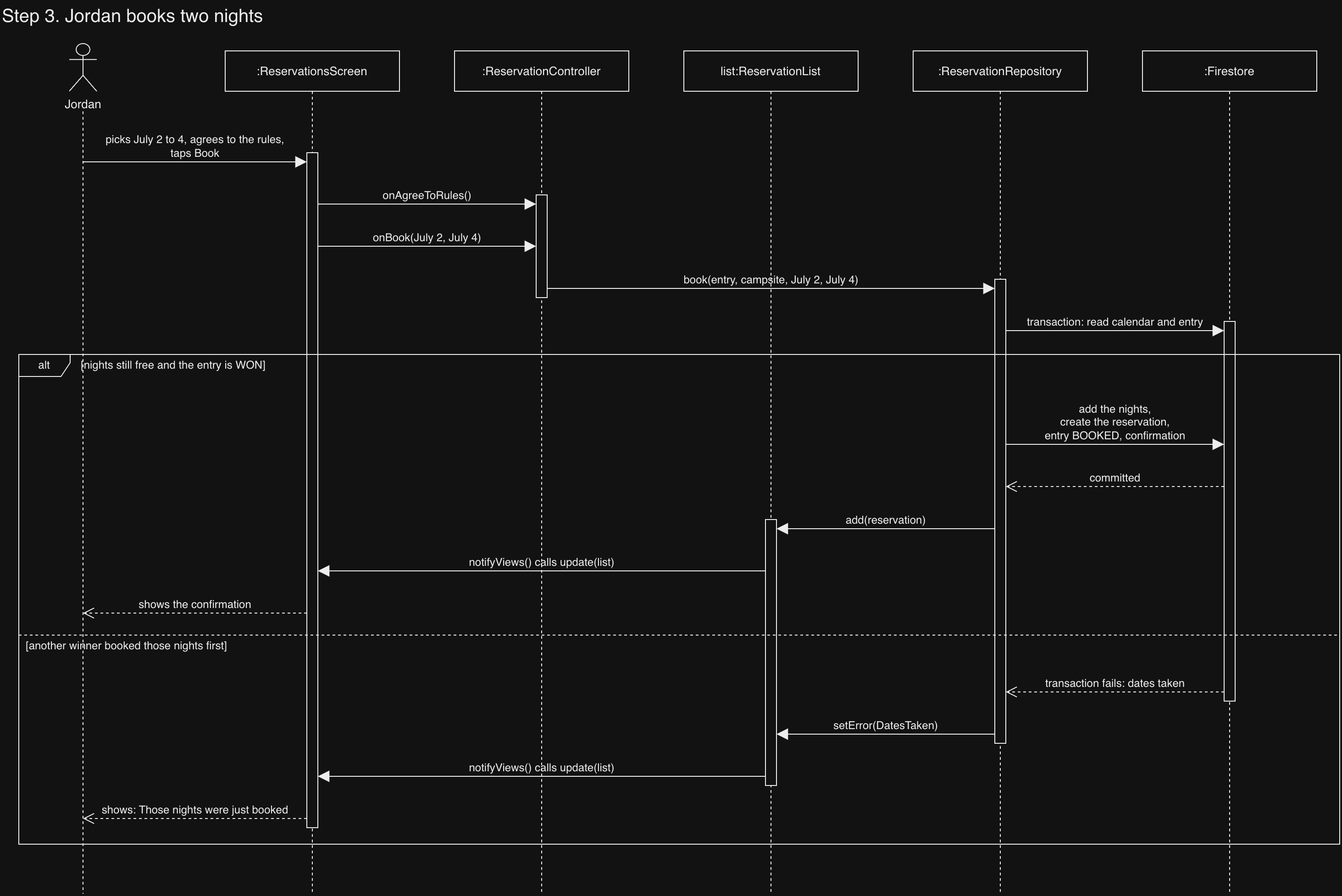
Before: docs/images/book-nights.png, a diagram exported from draw.io (CMPUT301F26lambda-CCC/lambda-campsites). Source tidied: cells renumbered, new cells last; positions are measured from the earlier drawing's top-left corner, leaving out a move shared by most shapes.
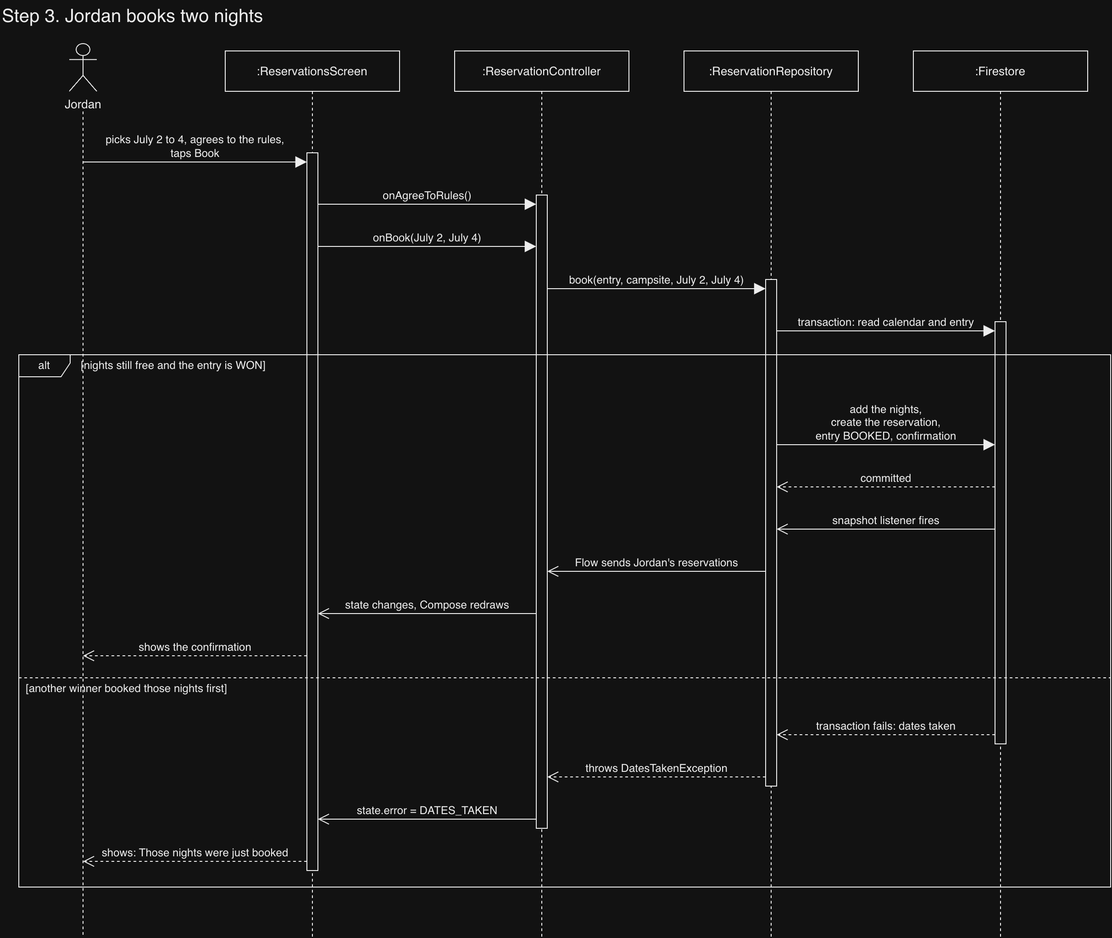
Later version of the same file.

What changed in the source:
```diff
@@ -11,7 +11,7 @@
     <mxCell id="4" style="html=1;rounded=0;strokeColor=#000000;fontColor=#000000;fontSize=12;endSize=10;startSize=10;labelBackgroundColor=#FFFFFF;endArrow=none;dashed=1;labelBackgroundColor=none;" parent="1" edge="1">
       <mxGeometry relative="1" as="geometry">
         <mxPoint x="90" y="121" as="sourcePoint" />
-        <mxPoint x="90" y="974" as="targetPoint" />
+        <mxPoint x="90" y="1020" as="targetPoint" />
       </mxGeometry>
     </mxCell>
     <mxCell id="5" value=":ReservationsScreen" style="rounded=0;whiteSpace=wrap;html=1;fillColor=#FFFFFF;strokeColor=#000000;fontColor=#000000;fontSize=13;fontSize=13;" parent="1" vertex="1">
@@ -20,7 +20,7 @@
     <mxCell id="6" style="html=1;rounded=0;strokeColor=#000000;fontColor=#000000;fontSize=12;endSize=10;startSize=10;labelBackgroundColor=#FFFFFF;endArrow=none;dashed=1;labelBackgroundColor=none;" parent="1" edge="1">
       <mxGeometry relative="1" as="geometry">
         <mxPoint x="340" y="99" as="sourcePoint" />
-        <mxPoint x="340" y="974" as="targetPoint" />
+        <mxPoint x="340" y="1020" as="targetPoint" />
       </mxGeometry>
     </mxCell>
     <mxCell id="7" value=":ReservationController" style="rounded=0;whiteSpace=wrap;html=1;fillColor=#FFFFFF;strokeColor=#000000;fontColor=#000000;fontSize=13;fontSize=13;" parent="1" vertex="1">
@@ -29,149 +29,143 @@
     <mxCell id="8" style="html=1;rounded=0;strokeColor=#000000;fontColor=#000000;fontSize=12;endSize=10;startSize=10;labelBackgroundColor=#FFFFFF;endArrow=none;dashed=1;labelBackgroundColor=none;" parent="1" edge="1">
       <mxGeometry relative="1" as="geometry">
         <mxPoint x="590" y="99" as="sourcePoint" />
-        <mxPoint x="590" y="974" as="targetPoint" />
+        <mxPoint x="590" y="1020" as="targetPoint" />
       </mxGeometry>
     </mxCell>
-    <mxCell id="9" value="list:ReservationList" style="rounded=0;whiteSpace=wrap;html=1;fillColor=#FFFFFF;strokeColor=#000000;fontColor=#000000;fontSize=13;fontSize=13;" parent="1" vertex="1">
+    <mxCell id="9" value=":ReservationRepository" style="rounded=0;whiteSpace=wrap;html=1;fillColor=#FFFFFF;strokeColor=#000000;fontColor=#000000;fontSize=13;fontSize=13;" parent="1" vertex="1">
       <mxGeometry x="745" y="55" width="190" height="44" as="geometry" />
     </mxCell>
     <mxCell id="10" style="html=1;rounded=0;strokeColor=#000000;fontColor=#000000;fontSize=12;endSize=10;startSize=10;labelBackgroundColor=#FFFFFF;endArrow=none;dashed=1;labelBackgroundColor=none;" parent="1" edge="1">
       <mxGeometry relative="1" as="geometry">
         <mxPoint x="840" y="99" as="sourcePoint" />
-        <mxPoint x="840" y="974" as="targetPoint" />
+        <mxPoint x="840" y="1020" as="targetPoint" />
       </mxGeometry>
     </mxCell>
-    <mxCell id="11" value=":ReservationRepository" style="rounded=0;whiteSpace=wrap;html=1;fillColor=#FFFFFF;strokeColor=#000000;fontColor=#000000;fontSize=13;fontSize=13;" parent="1" vertex="1">
+    <mxCell id="11" value=":Firestore" style="rounded=0;whiteSpace=wrap;html=1;fillColor=#FFFFFF;strokeColor=#000000;fontColor=#000000;fontSize=13;fontSize=13;" parent="1" vertex="1">
       <mxGeometry x="995" y="55" width="190" height="44" as="geometry" />
     </mxCell>
     <mxCell id="12" style="html=1;rounded=0;strokeColor=#000000;fontColor=#000000;fontSize=12;endSize=10;startSize=10;labelBackgroundColor=#FFFFFF;endArrow=none;dashed=1;labelBackgroundColor=none;" parent="1" edge="1">
       <mxGeometry relative="1" as="geometry">
         <mxPoint x="1090" y="99" as="sourcePoint" />
-        <mxPoint x="1090" y="974" as="targetPoint" />
+        <mxPoint x="1090" y="1020" as="targetPoint" />
       </mxGeometry>
     </mxCell>
-    <mxCell id="13" value=":Firestore" style="rounded=0;whiteSpace=wrap;html=1;fillColor=#FFFFFF;strokeColor=#000000;fontColor=#000000;fontSize=13;fontSize=13;" parent="1" vertex="1">
-      <mxGeometry x="1245" y="55" width="190" height="44" as="geometry" />
+    <mxCell id="13" style="rounded=0;whiteSpace=wrap;html=1;fillColor=#FFFFFF;strokeColor=#000000;fontColor=#000000;fontSize=13;" parent="1" vertex="1">
+      <mxGeometry x="334" y="166" width="12" height="782" as="geometry" />
     </mxCell>
-    <mxCell id="14" style="html=1;rounded=0;strokeColor=#000000;fontColor=#000000;fontSize=12;endSize=10;startSize=10;labelBackgroundColor=#FFFFFF;endArrow=none;dashed=1;labelBackgroundColor=none;" parent="1" edge="1">
-      <mxGeometry relative="1" as="geometry">
-        <mxPoint x="1340" y="99" as="sourcePoint" />
-        <mxPoint x="1340" y="974" as="targetPoint" />
-      </mxGeometry>
-    </mxCell>
+    <mxCell id="38" style="rounded=0;whiteSpace=wrap;html=1;fillColor=#FFFFFF;strokeColor=#000000;fontColor=#000000;fontSize=13;" parent="1" vertex="1">
+      <mxGeometry x="584" y="212" width="12" height="690" as="geometry" />
+    </mxCell>
     <mxCell id="15" style="rounded=0;whiteSpace=wrap;html=1;fillColor=#FFFFFF;strokeColor=#000000;fontColor=#000000;fontSize=13;" parent="1" vertex="1">
-      <mxGeometry x="334" y="166" width="12" height="736" as="geometry" />
+      <mxGeometry x="834" y="304" width="12" height="552" as="geometry" />
     </mxCell>
     <mxCell id="16" style="rounded=0;whiteSpace=wrap;html=1;fillColor=#FFFFFF;strokeColor=#000000;fontColor=#000000;fontSize=13;" parent="1" vertex="1">
-      <mxGeometry x="584" y="212" width="12" height="112" as="geometry" />
+      <mxGeometry x="1084" y="350" width="12" height="460" as="geometry" />
     </mxCell>
-    <mxCell id="17" style="rounded=0;whiteSpace=wrap;html=1;fillColor=#FFFFFF;strokeColor=#000000;fontColor=#000000;fontSize=13;" parent="1" vertex="1">
-      <mxGeometry x="1084" y="304" width="12" height="506" as="geometry" />
-    </mxCell>
-    <mxCell id="18" style="rounded=0;whiteSpace=wrap;html=1;fillColor=#FFFFFF;strokeColor=#000000;fontColor=#000000;fontSize=13;" parent="1" vertex="1">
-      <mxGeometry x="1334" y="350" width="12" height="414" as="geometry" />
-    </mxCell>
-    <mxCell id="19" style="rounded=0;whiteSpace=wrap;html=1;fillColor=#FFFFFF;strokeColor=#000000;fontColor=#000000;fontSize=13;" parent="1" vertex="1">
-      <mxGeometry x="834" y="566" width="12" height="290" as="geometry" />
-    </mxCell>
     <mxCell id="20" value="[nights still free and the entry is WON]" style="text;html=1;whiteSpace=wrap;fontColor=#000000;fontSize=12;align=left;verticalAlign=middle;fontSize=12;" parent="1" vertex="1">
       <mxGeometry x="86" y="388" width="420" height="20" as="geometry" />
     </mxCell>
-    <mxCell id="21" style="html=1;rounded=0;strokeColor=#000000;fontColor=#000000;fontSize=12;endSize=10;startSize=10;labelBackgroundColor=#FFFFFF;endArrow=none;dashed=1;labelBackgroundColor=none;" parent="1" edge="1">
-      <mxGeometry relative="1" as="geometry">
-        <mxPoint x="20" y="692" as="sourcePoint" />
-        <mxPoint x="1460" y="692" as="targetPoint" />
-      </mxGeometry>
-    </mxCell>
+    <mxCell id="39" style="html=1;rounded=0;strokeColor=#000000;fontColor=#000000;fontSize=12;endSize=10;startSize=10;labelBackgroundColor=#FFFFFF;endArrow=none;dashed=1;labelBackgroundColor=none;" parent="1" edge="1">
+      <mxGeometry relative="1" as="geometry">
+        <mxPoint x="20" y="738" as="sourcePoint" />
+        <mxPoint x="1210" y="738" as="targetPoint" />
+      </mxGeometry>
+    </mxCell>
     <mxCell id="22" value="[another winner booked those nights first]" style="text;html=1;whiteSpace=wrap;fontColor=#000000;fontSize=12;align=left;verticalAlign=middle;fontSize=12;" parent="1" vertex="1">
-      <mxGeometry x="26" y="694" width="420" height="20" as="geometry" />
+      <mxGeometry x="26" y="740" width="420" height="20" as="geometry" />
     </mxCell>
     <mxCell id="23" value="alt" style="shape=umlFrame;whiteSpace=wrap;html=1;width=56;height=24;fillColor=none;strokeColor=#000000;fontColor=#000000;fontSize=12;" parent="1" vertex="1">
-      <mxGeometry x="20" y="386" width="1440" height="534" as="geometry" />
+      <mxGeometry x="20" y="386" width="1190" height="580" as="geometry" />
     </mxCell>
+    <mxCell id="21" value="picks July 2 to 4, agrees to the rules,&lt;br&gt;taps Book" style="html=1;rounded=0;strokeColor=#000000;fontColor=#000000;fontSize=12;endSize=10;startSize=10;labelBackgroundColor=#FFFFFF;endArrow=block;endFill=1;verticalAlign=bottom;labelBackgroundColor=none;" parent="1" edge="1">
+      <mxGeometry relative="1" as="geometry">
+        <mxPoint x="90" y="176" as="sourcePoint" />
+        <mxPoint x="334" y="176" as="targetPoint" />
+      </mxGeometry>
+    </mxCell>
+    <mxCell id="40" value="onAgreeToRules()" style="html=1;rounded=0;strokeColor=#000000;fontColor=#000000;fontSize=12;endSize=10;startSize=10;labelBackgroundColor=#FFFFFF;endArrow=block;endFill=1;verticalAlign=bottom;labelBackgroundColor=none;" parent="1" edge="1">
+      <mxGeometry relative="1" as="geometry">
+        <mxPoint x="346" y="222" as="sourcePoint" />
+        <mxPoint x="584" y="222" as="targetPoint" />
+      </mxGeometry>
+    </mxCell>
+    <mxCell id="41" value="onBook(July 2, July 4)" style="html=1;rounded=0;strokeColor=#000000;fontColor=#000000;fontSize=12;endSize=10;startSize=10;labelBackgroundColor=#FFFFFF;endArrow=block;endFill=1;verticalAlign=bottom;labelBackgroundColor=none;" parent="1" edge="1">
+      <mxGeometry relative="1" as="geometry">
+        <mxPoint x="346" y="268" as="sourcePoint" />
+        <mxPoint x="584" y="268" as="targetPoint" />
+      </mxGeometry>
+    </mxCell>
-    <mxCell id="24" value="picks July 2 to 4, agrees to the rules,&lt;br&gt;taps Book" style="html=1;rounded=0;strokeColor=#000000;fontColor=#000000;fontSize=12;endSize=10;startSize=10;labelBackgroundColor=#FFFFFF;endArrow=block;endFill=1;verticalAlign=bottom;labelBackgroundColor=none;" parent="1" edge="1">
+    <mxCell id="24" value="book(entry, campsite, July 2, July 4)" style="html=1;rounded=0;strokeColor=#000000;fontColor=#000000;fontSize=12;endSize=10;startSize=10;labelBackgroundColor=#FFFFFF;endArrow=block;endFill=1;verticalAlign=bottom;labelBackgroundColor=none;" parent="1" edge="1">
       <mxGeometry relative="1" as="geometry">
-        <mxPoint x="90" y="176" as="sourcePoint" />
-        <mxPoint x="334" y="176" as="targetPoint" />
+        <mxPoint x="596" y="314" as="sourcePoint" />
+        <mxPoint x="834" y="314" as="targetPoint" />
       </mxGeometry>
     </mxCell>
-    <mxCell id="25" value="onAgreeToRules()" style="html=1;rounded=0;strokeColor=#000000;fontColor=#000000;fontSize=12;endSize=10;startSize=10;labelBackgroundColor=#FFFFFF;endArrow=block;endFill=1;verticalAlign=bottom;labelBackgroundColor=none;" parent="1" edge="1">
+    <mxCell id="25" value="transaction: read calendar and entry" style="html=1;rounded=0;strokeColor=#000000;fontColor=#000000;fontSize=12;endSize=10;startSize=10;labelBackgroundColor=#FFFFFF;endArrow=block;endFill=1;verticalAlign=bottom;labelBackgroundColor=none;" parent="1" edge="1">
       <mxGeometry relative="1" as="geometry">
-        <mxPoint x="346" y="222" as="sourcePoint" />
-        <mxPoint x="584" y="222" as="targetPoint" />
+        <mxPoint x="846" y="360" as="sourcePoint" />
+        <mxPoint x="1084" y="360" as="targetPoint" />
       </mxGeometry>
     </mxCell>
-    <mxCell id="26" value="onBook(July 2, July 4)" style="html=1;rounded=0;strokeColor=#000000;fontColor=#000000;fontSize=12;endSize=10;startSize=10;labelBackgroundColor=#FFFFFF;endArrow=block;endFill=1;verticalAlign=bottom;labelBackgroundColor=none;" parent="1" edge="1">
+    <mxCell id="26" value="add the nights,&lt;br&gt;create the reservation,&lt;br&gt;entry BOOKED, confirmation" style="html=1;rounded=0;strokeColor=#000000;fontColor=#000000;fontSize=12;endSize=10;startSize=10;labelBackgroundColor=#FFFFFF;endArrow=block;endFill=1;verticalAlign=bottom;labelBackgroundColor=none;" parent="1" edge="1">
       <mxGeometry relative="1" as="geometry">
-        <mxPoint x="346" y="268" as="sourcePoint" />
-        <mxPoint x="584" y="268" as="targetPoint" />
+        <mxPoint x="846" y="484" as="sourcePoint" />
+        <mxPoint x="1084" y="484" as="targetPoint" />
       </mxGeometry>
     </mxCell>
-    <mxCell id="27" value="book(entry, campsite, July 2, July 4)" style="html=1;rounded=0;strokeColor=#000000;fontColor=#000000;fontSize=12;endSize=10;startSize=10;labelBackgroundColor=#FFFFFF;endArrow=block;endFill=1;verticalAlign=bottom;labelBackgroundColor=none;" parent="1" edge="1">
+    <mxCell id="27" value="committed" style="html=1;rounded=0;strokeColor=#000000;fontColor=#000000;fontSize=12;endSize=10;startSize=10;labelBackgroundColor=#FFFFFF;endArrow=open;endFill=0;dashed=1;verticalAlign=bottom;labelBackgroundColor=none;" parent="1" edge="1">
       <mxGeometry relative="1" as="geometry">
-        <mxPoint x="596" y="314" as="sourcePoint" />
-        <mxPoint x="1084" y="314" as="targetPoint" />
+        <mxPoint x="1084" y="530" as="sourcePoint" />
+        <mxPoint x="846" y="530" as="targetPoint" />
       </mxGeometry>
     </mxCell>
-    <mxCell id="28" value="transaction: read calendar and entry" style="html=1;rounded=0;strokeColor=#000000;fontColor=#000000;fontSize=12;endSize=10;startSize=10;labelBackgroundColor=#FFFFFF;endArrow=block;endFill=1;verticalAlign=bottom;labelBackgroundColor=none;" parent="1" edge="1">
+    <mxCell id="28" value="snapshot listener fires" style="html=1;rounded=0;strokeColor=#000000;fontColor=#000000;fontSize=12;endSize=10;startSize=10;labelBackgroundColor=#FFFFFF;endArrow=open;endFill=0;verticalAlign=bottom;labelBackgroundColor=none;" parent="1" edge="1">
       <mxGeometry relative="1" as="geometry">
-        <mxPoint x="1096" y="360" as="sourcePoint" />
-        <mxPoint x="1334" y="360" as="targetPoint" />
+        <mxPoint x="1084" y="576" as="sourcePoint" />
+        <mxPoint x="846" y="576" as="targetPoint" />
       </mxGeometry>
     </mxCell>
-    <mxCell id="29" value="add the nights,&lt;br&gt;create the reservation,&lt;br&gt;entry BOOKED, confirmation" style="html=1;rounded=0;strokeColor=#000000;fontColor=#000000;fontSize=12;endSize=10;startSize=10;labelBackgroundColor=#FFFFFF;endArrow=block;endFill=1;verticalAlign=bottom;labelBackgroundColor=none;" parent="1" edge="1">
+    <mxCell id="29" value="Flow sends Jordan's reservations" style="html=1;rounded=0;strokeColor=#000000;fontColor=#000000;fontSize=12;endSize=10;startSize=10;labelBackgroundColor=#FFFFFF;endArrow=open;endFill=0;verticalAlign=bottom;labelBackgroundColor=none;" parent="1" edge="1">
       <mxGeometry relative="1" as="geometry">
-        <mxPoint x="1096" y="484" as="sourcePoint" />
-        <mxPoint x="1334" y="484" as="targetPoint" />
+        <mxPoint x="834" y="622" as="sourcePoint" />
+        <mxPoint x="596" y="622" as="targetPoint" />
       </mxGeometry>
     </mxCell>
-    <mxCell id="30" value="committed" style="html=1;rounded=0;strokeColor=#000000;fontColor=#000000;fontSize=12;endSize=10;startSize=10;labelBackgroundColor=#FFFFFF;endArrow=open;endFill=0;dashed=1;verticalAlign=bottom;labelBackgroundColor=none;" parent="1" edge="1">
+    <mxCell id="30" value="state changes, Compose redraws" style="html=1;rounded=0;strokeColor=#000000;fontColor=#000000;fontSize=12;endSize=10;startSize=10;labelBackgroundColor=#FFFFFF;endArrow=open;endFill=0;verticalAlign=bottom;labelBackgroundColor=none;" parent="1" edge="1">
       <mxGeometry relative="1" as="geometry">
-        <mxPoint x="1334" y="530" as="sourcePoint" />
-        <mxPoint x="1096" y="530" as="targetPoint" />
+        <mxPoint x="584" y="668" as="sourcePoint" />
+        <mxPoint x="346" y="668" as="targetPoint" />
       </mxGeometry>
     </mxCell>
-    <mxCell id="31" value="add(reservation)" style="html=1;rounded=0;strokeColor=#000000;fontColor=#000000;fontSize=12;endSize=10;startSize=10;labelBackgroundColor=#FFFFFF;endArrow=block;endFill=1;verticalAlign=bottom;labelBackgroundColor=none;" parent="1" edge="1">
+    <mxCell id="31" value="shows the confirmation" style="html=1;rounded=0;strokeColor=#000000;fontColor=#000000;fontSize=12;endSize=10;startSize=10;labelBackgroundColor=#FFFFFF;endArrow=open;endFill=0;dashed=1;verticalAlign=bottom;labelBackgroundColor=none;" parent="1" edge="1">
       <mxGeometry relative="1" as="geometry">
-        <mxPoint x="1084" y="576" as="sourcePoint" />
-        <mxPoint x="846" y="576" as="targetPoint" />
+        <mxPoint x="334" y="714" as="sourcePoint" />
+        <mxPoint x="90" y="714" as="targetPoint" />
       </mxGeometry>
     </mxCell>
-    <mxCell id="32" value="notifyViews() calls update(list)" style="html=1;rounded=0;strokeColor=#000000;fontColor=#000000;fontSize=12;endSize=10;startSize=10;labelBackgroundColor=#FFFFFF;endArrow=block;endFill=1;verticalAlign=bottom;labelBackgroundColor=none;" parent="1" edge="1">
+    <mxCell id="32" value="transaction fails: dates taken" style="html=1;rounded=0;strokeColor=#000000;fontColor=#000000;fontSize=12;endSize=10;startSize=10;labelBackgroundColor=#FFFFFF;endArrow=open;endFill=0;dashed=1;verticalAlign=bottom;labelBackgroundColor=none;" parent="1" edge="1">
       <mxGeometry relative="1" as="geometry">
-        <mxPoint x="834" y="622" as="sourcePoint" />
-        <mxPoint x="346" y="622" as="targetPoint" />
+        <mxPoint x="1084" y="800" as="sourcePoint" />
+        <mxPoint x="846" y="800" as="targetPoint" />
       </mxGeometry>
     </mxCell>
-    <mxCell id="33" value="shows the confirmation" style="html=1;rounded=0;strokeColor=#000000;fontColor=#000000;fontSize=12;endSize=10;startSize=10;labelBackgroundColor=#FFFFFF;endArrow=open;endFill=0;dashed=1;verticalAlign=bottom;labelBackgroundColor=none;" parent="1" edge="1">
+    <mxCell id="33" value="throws DatesTakenException" style="html=1;rounded=0;strokeColor=#000000;fontColor=#000000;fontSize=12;endSize=10;startSize=10;labelBackgroundColor=#FFFFFF;endArrow=open;endFill=0;dashed=1;verticalAlign=bottom;labelBackgroundColor=none;" parent="1" edge="1">
       <mxGeometry relative="1" as="geometry">
-        <mxPoint x="334" y="668" as="sourcePoint" />
-        <mxPoint x="90" y="668" as="targetPoint" />
+        <mxPoint x="834" y="846" as="sourcePoint" />
+        <mxPoint x="596" y="846" as="targetPoint" />
       </mxGeometry>
     </mxCell>
-    <mxCell id="34" value="transaction fails: dates taken" style="html=1;rounded=0;strokeColor=#000000;fontColor=#000000;fontSize=12;endSize=10;startSize=10;labelBackgroundColor=#FFFFFF;endArrow=open;endFill=0;dashed=1;verticalAlign=bottom;labelBackgroundColor=none;" parent="1" edge="1">
+    <mxCell id="34" value="state.error = DATES_TAKEN" style="html=1;rounded=0;strokeColor=#000000;fontColor=#000000;fontSize=12;endSize=10;startSize=10;labelBackgroundColor=#FFFFFF;endArrow=open;endFill=0;verticalAlign=bottom;labelBackgroundColor=none;" parent="1" edge="1">
       <mxGeometry relative="1" as="geometry">
-        <mxPoint x="1334" y="754" as="sourcePoint" />
-        <mxPoint x="1096" y="754" as="targetPoint" />
+        <mxPoint x="584" y="892" as="sourcePoint" />
+        <mxPoint x="346" y="892" as="targetPoint" />
       </mxGeometry>
     </mxCell>
-    <mxCell id="35" value="setError(DatesTaken)" style="html=1;rounded=0;strokeColor=#000000;fontColor=#000000;fontSize=12;endSize=10;startSize=10;labelBackgroundColor=#FFFFFF;endArrow=block;endFill=1;verticalAlign=bottom;labelBackgroundColor=none;" parent="1" edge="1">
+    <mxCell id="35" value="shows: Those nights were just booked" style="html=1;rounded=0;strokeColor=#000000;fontColor=#000000;fontSize=12;endSize=10;startSize=10;labelBackgroundColor=#FFFFFF;endArrow=open;endFill=0;dashed=1;verticalAlign=bottom;labelBackgroundColor=none;" parent="1" edge="1">
       <mxGeometry relative="1" as="geometry">
-        <mxPoint x="1084" y="800" as="sourcePoint" />
-        <mxPoint x="846" y="800" as="targetPoint" />
+        <mxPoint x="334" y="938" as="sourcePoint" />
+        <mxPoint x="90" y="938" as="targetPoint" />
       </mxGeometry>
     </mxCell>
-    <mxCell id="36" value="notifyViews() calls update(list)" style="html=1;rounded=0;strokeColor=#000000;fontColor=#000000;fontSize=12;endSize=10;startSize=10;labelBackgroundColor=#FFFFFF;endArrow=block;endFill=1;verticalAlign=bottom;labelBackgroundColor=none;" parent="1" edge="1">
-      <mxGeometry relative="1" as="geometry">
-        <mxPoint x="834" y="846" as="sourcePoint" />
-        <mxPoint x="346" y="846" as="targetPoint" />
-      </mxGeometry>
-    </mxCell>
-    <mxCell id="37" value="shows: Those nights were just booked" style="html=1;rounded=0;strokeColor=#000000;fontColor=#000000;fontSize=12;endSize=10;startSize=10;labelBackgroundColor=#FFFFFF;endArrow=open;endFill=0;dashed=1;verticalAlign=bottom;labelBackgroundColor=none;" parent="1" edge="1">
-      <mxGeometry relative="1" as="geometry">
-        <mxPoint x="334" y="892" as="sourcePoint" />
-        <mxPoint x="90" y="892" as="targetPoint" />
-      </mxGeometry>
-    </mxCell>
   </root>
 </mxGraphModel>
```
